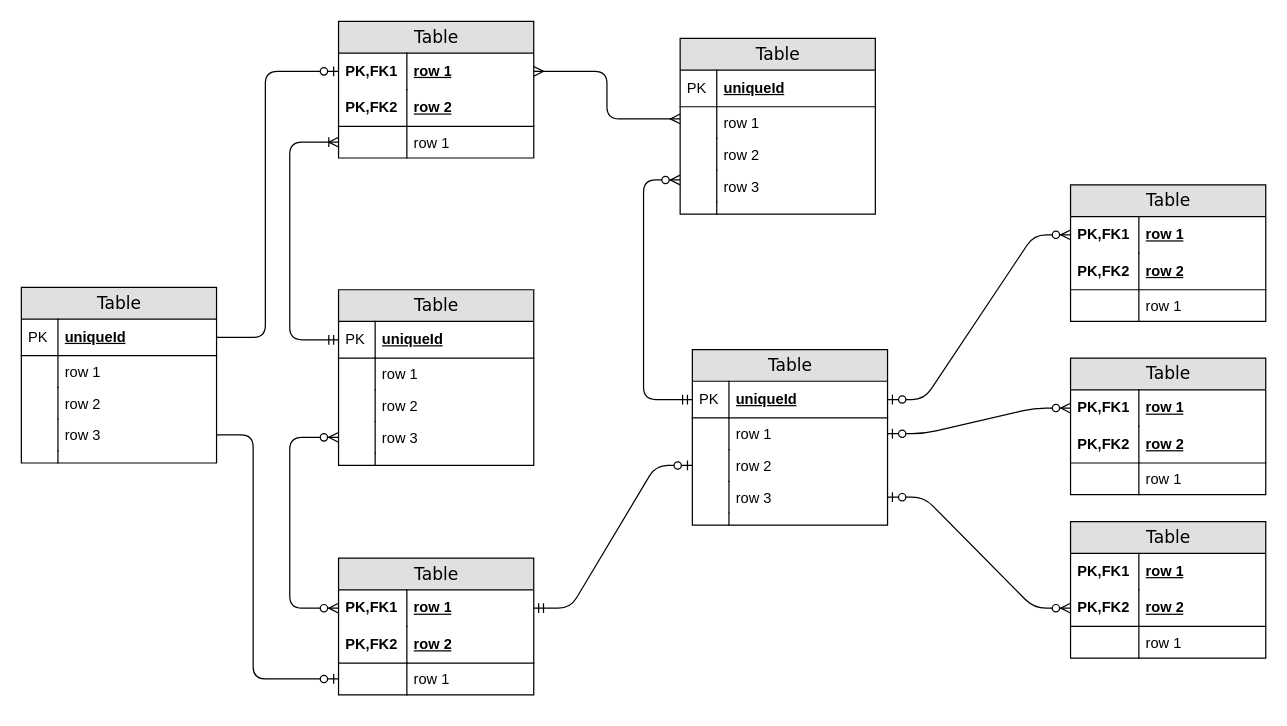
Before: page "Page-1" (1 of 2) of Clarusway-Assignments/Untitled Diagram.drawio in E2081-Hamza/clarusway-assignments, a draw.io diagram. Source tidied: cells renumbered, new cells numbered last; positions are measured from the earlier drawing's top-left corner, leaving out a move shared by most shapes. Both pictures are drawn from the tidied source at 122%, with x=0, y=0 at pixel (21, 21).
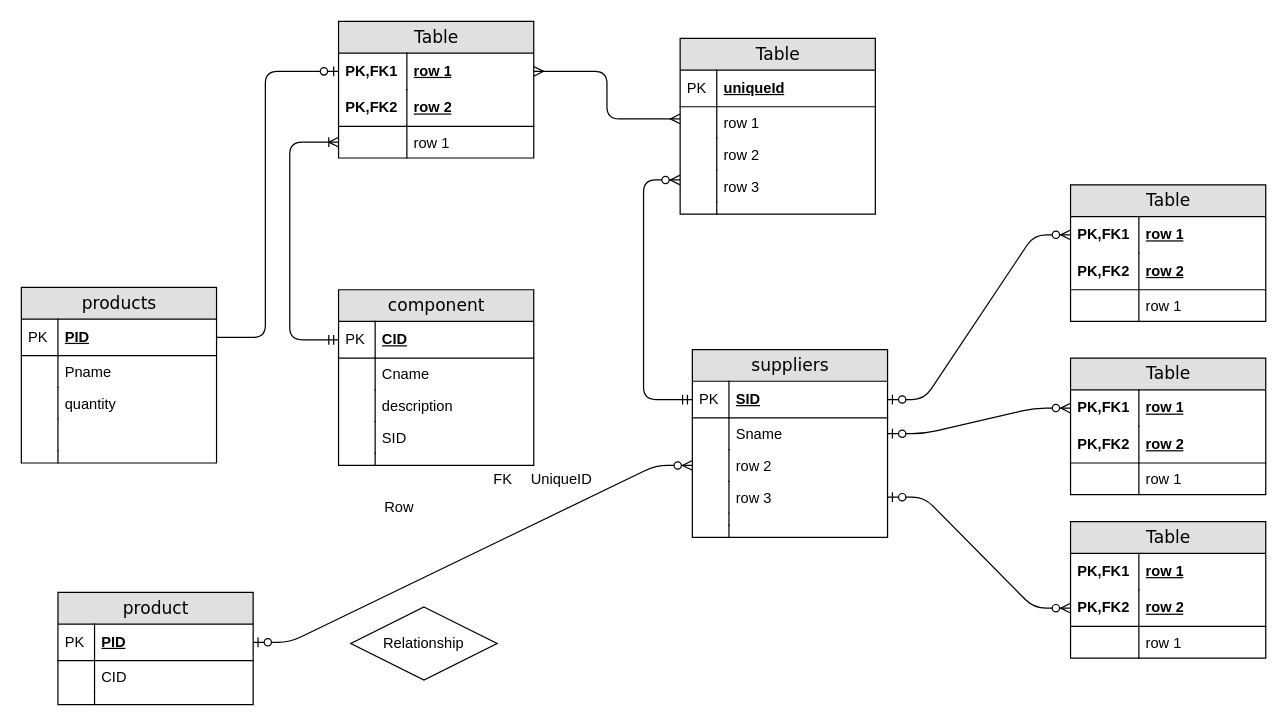
After the change.

Unchanged cells that the change refers to:
```xml
<mxCell id="36" value="row 2" style="shape=partialRectangle;top=0;left=0;right=0;bottom=0;html=1;align=left;verticalAlign=top;fillColor=none;spacingLeft=34;spacingRight=4;whiteSpace=wrap;overflow=hidden;points=[[0,0.5],[1,0.5]];portConstraint=eastwest;" parent="31" vertex="1">
  <mxGeometry y="82" width="160" height="26" as="geometry" />
</mxCell>
```

The edit, as a diff of the source:
```diff
@@
-    <mxCell id="20" value="Table" style="swimlane;html=1;fontStyle=0;horizontal=1;startSize=26;fillColor=#e0e0e0;swimlaneFillColor=#ffffff;align=center;rounded=0;shadow=0;comic=0;labelBackgroundColor=none;strokeWidth=1;fontFamily=Verdana;fontSize=14;" parent="1" vertex="1">
+    <mxCell id="20" value="component" style="swimlane;html=1;fontStyle=0;horizontal=1;startSize=26;fillColor=#e0e0e0;swimlaneFillColor=#ffffff;align=center;rounded=0;shadow=0;comic=0;labelBackgroundColor=none;strokeWidth=1;fontFamily=Verdana;fontSize=14;" parent="1" vertex="1">
       <mxGeometry x="260" y="220" width="160" height="144" as="geometry" />
     </mxCell>
-    <mxCell id="21" value="uniqueId" style="shape=partialRectangle;top=0;left=0;right=0;bottom=1;html=1;align=left;verticalAlign=middle;fillColor=none;spacingLeft=34;spacingRight=4;whiteSpace=wrap;overflow=hidden;points=[[0,0.5],[1,0.5]];portConstraint=eastwest;fontStyle=5;" parent="20" vertex="1">
+    <mxCell id="21" value="CID" style="shape=partialRectangle;top=0;left=0;right=0;bottom=1;html=1;align=left;verticalAlign=middle;fillColor=none;spacingLeft=34;spacingRight=4;whiteSpace=wrap;overflow=hidden;points=[[0,0.5],[1,0.5]];portConstraint=eastwest;fontStyle=5;" parent="20" vertex="1">
       <mxGeometry y="26" width="160" height="30" as="geometry" />
     </mxCell>
@@
-    <mxCell id="23" value="row 1" style="shape=partialRectangle;top=0;left=0;right=0;bottom=0;html=1;align=left;verticalAlign=top;fillColor=none;spacingLeft=34;spacingRight=4;whiteSpace=wrap;overflow=hidden;" parent="20" vertex="1">
+    <mxCell id="23" value="Cname" style="shape=partialRectangle;top=0;left=0;right=0;bottom=0;html=1;align=left;verticalAlign=top;fillColor=none;spacingLeft=34;spacingRight=4;whiteSpace=wrap;overflow=hidden;" parent="20" vertex="1">
       <mxGeometry y="56" width="160" height="26" as="geometry" />
     </mxCell>
@@
-    <mxCell id="25" value="row 2" style="shape=partialRectangle;top=0;left=0;right=0;bottom=0;html=1;align=left;verticalAlign=top;fillColor=none;spacingLeft=34;spacingRight=4;whiteSpace=wrap;overflow=hidden;" parent="20" vertex="1">
+    <mxCell id="25" value="description" style="shape=partialRectangle;top=0;left=0;right=0;bottom=0;html=1;align=left;verticalAlign=top;fillColor=none;spacingLeft=34;spacingRight=4;whiteSpace=wrap;overflow=hidden;" parent="20" vertex="1">
       <mxGeometry y="82" width="160" height="26" as="geometry" />
     </mxCell>
@@
-    <mxCell id="27" value="row 3" style="shape=partialRectangle;top=0;left=0;right=0;bottom=0;html=1;align=left;verticalAlign=top;fillColor=none;spacingLeft=34;spacingRight=4;whiteSpace=wrap;overflow=hidden;points=[[0,0.5],[1,0.5]];portConstraint=eastwest;" parent="20" vertex="1">
+    <mxCell id="27" value="SID" style="shape=partialRectangle;top=0;left=0;right=0;bottom=0;html=1;align=left;verticalAlign=top;fillColor=none;spacingLeft=34;spacingRight=4;whiteSpace=wrap;overflow=hidden;points=[[0,0.5],[1,0.5]];portConstraint=eastwest;" parent="20" vertex="1">
       <mxGeometry y="108" width="160" height="26" as="geometry" />
     </mxCell>
@@
-    <mxCell id="31" value="Table" style="swimlane;html=1;fontStyle=0;horizontal=1;startSize=26;fillColor=#e0e0e0;swimlaneFillColor=#ffffff;align=center;rounded=0;shadow=0;comic=0;labelBackgroundColor=none;strokeWidth=1;fontFamily=Verdana;fontSize=14;" parent="1" vertex="1">
-      <mxGeometry x="550" y="269" width="160" height="144" as="geometry" />
+    <mxCell id="31" value="suppliers" style="swimlane;html=1;fontStyle=0;horizontal=1;startSize=26;fillColor=#e0e0e0;swimlaneFillColor=#ffffff;align=center;rounded=0;shadow=0;comic=0;labelBackgroundColor=none;strokeWidth=1;fontFamily=Verdana;fontSize=14;" parent="1" vertex="1">
+      <mxGeometry x="550" y="269" width="160" height="154" as="geometry" />
     </mxCell>
-    <mxCell id="32" value="uniqueId" style="shape=partialRectangle;top=0;left=0;right=0;bottom=1;html=1;align=left;verticalAlign=middle;fillColor=none;spacingLeft=34;spacingRight=4;whiteSpace=wrap;overflow=hidden;points=[[0,0.5],[1,0.5]];portConstraint=eastwest;fontStyle=5;" parent="31" vertex="1">
+    <mxCell id="32" value="SID" style="shape=partialRectangle;top=0;left=0;right=0;bottom=1;html=1;align=left;verticalAlign=middle;fillColor=none;spacingLeft=34;spacingRight=4;whiteSpace=wrap;overflow=hidden;points=[[0,0.5],[1,0.5]];portConstraint=eastwest;fontStyle=5;" parent="31" vertex="1">
       <mxGeometry y="26" width="160" height="30" as="geometry" />
     </mxCell>
@@
-    <mxCell id="34" value="row 1" style="shape=partialRectangle;top=0;left=0;right=0;bottom=0;html=1;align=left;verticalAlign=top;fillColor=none;spacingLeft=34;spacingRight=4;whiteSpace=wrap;overflow=hidden;points=[[0,0.5],[1,0.5]];portConstraint=eastwest;" parent="31" vertex="1">
+    <mxCell id="34" value="Sname" style="shape=partialRectangle;top=0;left=0;right=0;bottom=0;html=1;align=left;verticalAlign=top;fillColor=none;spacingLeft=34;spacingRight=4;whiteSpace=wrap;overflow=hidden;points=[[0,0.5],[1,0.5]];portConstraint=eastwest;" parent="31" vertex="1">
       <mxGeometry y="56" width="160" height="26" as="geometry" />
     </mxCell>
@@
+    <mxCell id="91" style="shape=partialRectangle;top=0;left=0;right=0;bottom=0;html=1;align=left;verticalAlign=top;fillColor=none;spacingLeft=34;spacingRight=4;whiteSpace=wrap;overflow=hidden;" parent="31" vertex="1">
+      <mxGeometry y="144" width="160" height="10" as="geometry" />
+    </mxCell>
+    <mxCell id="92" style="shape=partialRectangle;top=0;left=0;bottom=0;html=1;fillColor=none;align=left;verticalAlign=top;spacingLeft=4;spacingRight=4;whiteSpace=wrap;overflow=hidden;" parent="91" vertex="1">
+      <mxGeometry width="30" height="10" as="geometry" />
+    </mxCell>
@@
-    <mxCell id="49" value="Table" style="swimlane;html=1;fontStyle=0;horizontal=1;startSize=26;fillColor=#e0e0e0;swimlaneFillColor=#ffffff;align=center;rounded=0;shadow=0;comic=0;labelBackgroundColor=none;strokeWidth=1;fontFamily=Verdana;fontSize=14;" parent="1" vertex="1">
-      <mxGeometry x="260" y="440" width="160" height="112" as="geometry" />
-    </mxCell>
-    <mxCell id="50" value="row 1" style="shape=partialRectangle;top=0;left=0;right=0;bottom=0;html=1;align=left;verticalAlign=middle;fillColor=none;spacingLeft=60;spacingRight=4;whiteSpace=wrap;overflow=hidden;points=[[0,0.5],[1,0.5]];portConstraint=eastwest;fontStyle=5;" parent="49" vertex="1">
-      <mxGeometry y="26" width="160" height="30" as="geometry" />
-    </mxCell>
-    <mxCell id="51" value="PK,FK1" style="shape=partialRectangle;fontStyle=1;top=0;left=0;bottom=0;html=1;fillColor=none;align=left;verticalAlign=middle;spacingLeft=4;spacingRight=4;whiteSpace=wrap;overflow=hidden;" parent="50" vertex="1">
-      <mxGeometry width="56" height="30" as="geometry" />
-    </mxCell>
-    <mxCell id="52" value="row 2" style="shape=partialRectangle;top=0;left=0;right=0;bottom=1;html=1;align=left;verticalAlign=middle;fillColor=none;spacingLeft=60;spacingRight=4;whiteSpace=wrap;overflow=hidden;fontStyle=5;" parent="49" vertex="1">
-      <mxGeometry y="56" width="160" height="30" as="geometry" />
-    </mxCell>
-    <mxCell id="53" value="PK,FK2" style="shape=partialRectangle;fontStyle=1;top=0;left=0;bottom=0;html=1;fillColor=none;align=left;verticalAlign=middle;spacingLeft=4;spacingRight=4;whiteSpace=wrap;overflow=hidden;" parent="52" vertex="1">
-      <mxGeometry width="56" height="30" as="geometry" />
-    </mxCell>
-    <mxCell id="54" value="row 1" style="shape=partialRectangle;top=0;left=0;right=0;bottom=0;html=1;align=left;verticalAlign=top;fillColor=none;spacingLeft=60;spacingRight=4;whiteSpace=wrap;overflow=hidden;points=[[0,0.5],[1,0.5]];portConstraint=eastwest;" parent="49" vertex="1">
-      <mxGeometry y="86" width="160" height="26" as="geometry" />
-    </mxCell>
-    <mxCell id="55" style="shape=partialRectangle;top=0;left=0;bottom=0;html=1;fillColor=none;align=left;verticalAlign=top;spacingLeft=4;spacingRight=4;whiteSpace=wrap;overflow=hidden;" parent="54" vertex="1">
-      <mxGeometry width="56" height="26" as="geometry" />
-    </mxCell>
@@
-    <mxCell id="57" style="edgeStyle=orthogonalEdgeStyle;html=1;endArrow=ERzeroToMany;endFill=1;startArrow=ERzeroToMany;labelBackgroundColor=none;fontFamily=Verdana;fontSize=14;entryX=0;entryY=0.5;exitX=0;exitY=0.5;" parent="1" edge="1" source="50" target="27">
-      <mxGeometry relative="1" as="geometry">
-        <Array as="points">
-          <mxPoint x="220" y="481" />
-          <mxPoint x="220" y="341" />
-        </Array>
-      </mxGeometry>
-    </mxCell>
@@
-    <mxCell id="60" style="edgeStyle=entityRelationEdgeStyle;html=1;endArrow=ERzeroToOne;startArrow=ERmandOne;labelBackgroundColor=none;fontFamily=Verdana;fontSize=14;exitX=1;exitY=0.5;entryX=0;entryY=0.5;" parent="1" edge="1" source="50" target="36">
-      <mxGeometry relative="1" as="geometry" />
-    </mxCell>
@@
-    <mxCell id="78" value="Table" style="swimlane;html=1;fontStyle=0;horizontal=1;startSize=26;fillColor=#e0e0e0;swimlaneFillColor=#ffffff;align=center;rounded=0;shadow=0;comic=0;labelBackgroundColor=none;strokeWidth=1;fontFamily=Verdana;fontSize=14;" parent="1" vertex="1">
+    <mxCell id="78" value="products" style="swimlane;html=1;fontStyle=0;horizontal=1;startSize=26;fillColor=#e0e0e0;swimlaneFillColor=#ffffff;align=center;rounded=0;shadow=0;comic=0;labelBackgroundColor=none;strokeWidth=1;fontFamily=Verdana;fontSize=14;" parent="1" vertex="1">
       <mxGeometry y="218" width="160" height="144" as="geometry" />
     </mxCell>
-    <mxCell id="79" value="uniqueId" style="shape=partialRectangle;top=0;left=0;right=0;bottom=1;html=1;align=left;verticalAlign=middle;fillColor=none;spacingLeft=34;spacingRight=4;whiteSpace=wrap;overflow=hidden;points=[[0,0.5],[1,0.5]];portConstraint=eastwest;fontStyle=5;" parent="78" vertex="1">
+    <mxCell id="79" value="PID" style="shape=partialRectangle;top=0;left=0;right=0;bottom=1;html=1;align=left;verticalAlign=middle;fillColor=none;spacingLeft=34;spacingRight=4;whiteSpace=wrap;overflow=hidden;points=[[0,0.5],[1,0.5]];portConstraint=eastwest;fontStyle=5;" parent="78" vertex="1">
       <mxGeometry y="26" width="160" height="30" as="geometry" />
     </mxCell>
@@
-    <mxCell id="81" value="row 1" style="shape=partialRectangle;top=0;left=0;right=0;bottom=0;html=1;align=left;verticalAlign=top;fillColor=none;spacingLeft=34;spacingRight=4;whiteSpace=wrap;overflow=hidden;" parent="78" vertex="1">
+    <mxCell id="81" value="Pname" style="shape=partialRectangle;top=0;left=0;right=0;bottom=0;html=1;align=left;verticalAlign=top;fillColor=none;spacingLeft=34;spacingRight=4;whiteSpace=wrap;overflow=hidden;" parent="78" vertex="1">
       <mxGeometry y="56" width="160" height="26" as="geometry" />
     </mxCell>
@@
-    <mxCell id="83" value="row 2" style="shape=partialRectangle;top=0;left=0;right=0;bottom=0;html=1;align=left;verticalAlign=top;fillColor=none;spacingLeft=34;spacingRight=4;whiteSpace=wrap;overflow=hidden;" parent="78" vertex="1">
+    <mxCell id="83" value="quantity" style="shape=partialRectangle;top=0;left=0;right=0;bottom=0;html=1;align=left;verticalAlign=top;fillColor=none;spacingLeft=34;spacingRight=4;whiteSpace=wrap;overflow=hidden;" parent="78" vertex="1">
       <mxGeometry y="82" width="160" height="26" as="geometry" />
     </mxCell>
@@
-    <mxCell id="85" value="row 3" style="shape=partialRectangle;top=0;left=0;right=0;bottom=0;html=1;align=left;verticalAlign=top;fillColor=none;spacingLeft=34;spacingRight=4;whiteSpace=wrap;overflow=hidden;points=[[0,0.5],[1,0.5]];portConstraint=eastwest;" parent="78" vertex="1">
+    <mxCell id="85" style="shape=partialRectangle;top=0;left=0;right=0;bottom=0;html=1;align=left;verticalAlign=top;fillColor=none;spacingLeft=34;spacingRight=4;whiteSpace=wrap;overflow=hidden;points=[[0,0.5],[1,0.5]];portConstraint=eastwest;" parent="78" vertex="1">
       <mxGeometry y="108" width="160" height="26" as="geometry" />
     </mxCell>
@@
-    <mxCell id="90" style="edgeStyle=orthogonalEdgeStyle;html=1;endArrow=ERzeroToOne;endFill=1;labelBackgroundColor=none;fontFamily=Verdana;fontSize=14;entryX=0;entryY=0.5;exitX=1;exitY=0.5;" parent="1" edge="1" source="85" target="54">
-      <mxGeometry relative="1" as="geometry">
-        <Array as="points">
-          <mxPoint x="190" y="339" />
-          <mxPoint x="190" y="539" />
-        </Array>
-      </mxGeometry>
-    </mxCell>
+    <mxCell id="93" style="edgeStyle=entityRelationEdgeStyle;fontSize=12;html=1;endArrow=ERzeroToMany;startArrow=ERzeroToOne;exitX=1;exitY=0.5;exitDx=0;exitDy=0;entryX=0;entryY=0.5;entryDx=0;entryDy=0;" parent="1" edge="1" source="104" target="36">
+      <mxGeometry relative="1" as="geometry" />
+    </mxCell>
+    <mxCell id="94" style="shape=table;startSize=0;childLayout=tableLayout;rowLines=0;fontStyle=0;align=center;strokeColor=none;fillColor=none;" parent="1" vertex="1">
+      <mxGeometry x="260" y="383" width="180" height="30" as="geometry" />
+    </mxCell>
+    <mxCell id="95" style="shape=partialRectangle;fillColor=none;top=0;left=0;bottom=0;right=0;" parent="94" vertex="1">
+      <mxGeometry width="180" height="30" as="geometry" />
+    </mxCell>
+    <mxCell id="96" style="shape=partialRectangle;fillColor=none;top=0;left=0;bottom=0;right=0;overflow=hidden;" parent="95" vertex="1">
+      <mxGeometry width="30" height="30" as="geometry" />
+    </mxCell>
+    <mxCell id="97" value="Row" style="shape=partialRectangle;fillColor=none;top=0;left=0;bottom=0;right=0;align=left;spacingLeft=6;overflow=hidden;" parent="95" vertex="1">
+      <mxGeometry x="30" width="150" height="30" as="geometry" />
+    </mxCell>
+    <mxCell id="98" style="shape=table;startSize=0;childLayout=tableLayout;rowLines=0;fontStyle=0;align=center;strokeColor=none;fillColor=none;" parent="1" vertex="1">
+      <mxGeometry x="380" y="360" width="180" height="30" as="geometry" />
+    </mxCell>
+    <mxCell id="99" style="shape=partialRectangle;fillColor=none;top=0;left=0;bottom=0;right=0;" parent="98" vertex="1">
+      <mxGeometry width="180" height="30" as="geometry" />
+    </mxCell>
+    <mxCell id="100" value="FK" style="shape=partialRectangle;fillColor=none;top=0;left=0;bottom=0;right=0;fontStyle=0;overflow=hidden;" parent="99" vertex="1">
+      <mxGeometry width="30" height="30" as="geometry" />
+    </mxCell>
+    <mxCell id="101" value="UniqueID" style="shape=partialRectangle;fillColor=none;top=0;left=0;bottom=0;right=0;align=left;spacingLeft=6;fontStyle=0;overflow=hidden;" parent="99" vertex="1">
+      <mxGeometry x="30" width="150" height="30" as="geometry" />
+    </mxCell>
+    <mxCell id="102" value="Relationship" style="shape=rhombus;perimeter=rhombusPerimeter;whiteSpace=wrap;html=1;align=center;" parent="1" vertex="1">
+      <mxGeometry x="270" y="480" width="120" height="60" as="geometry" />
+    </mxCell>
+    <mxCell id="103" value="product" style="swimlane;html=1;fontStyle=0;horizontal=1;startSize=26;fillColor=#e0e0e0;swimlaneFillColor=#ffffff;align=center;rounded=0;shadow=0;comic=0;labelBackgroundColor=none;strokeWidth=1;fontFamily=Verdana;fontSize=14;" parent="1" vertex="1">
+      <mxGeometry x="30" y="468" width="160" height="92" as="geometry" />
+    </mxCell>
+    <mxCell id="104" value="PID" style="shape=partialRectangle;top=0;left=0;right=0;bottom=1;html=1;align=left;verticalAlign=middle;fillColor=none;spacingLeft=34;spacingRight=4;whiteSpace=wrap;overflow=hidden;points=[[0,0.5],[1,0.5]];portConstraint=eastwest;fontStyle=5;" parent="103" vertex="1">
+      <mxGeometry y="26" width="160" height="30" as="geometry" />
+    </mxCell>
+    <mxCell id="105" value="PK" style="shape=partialRectangle;top=0;left=0;bottom=0;html=1;fillColor=none;align=left;verticalAlign=middle;spacingLeft=4;spacingRight=4;whiteSpace=wrap;overflow=hidden;" parent="104" vertex="1">
+      <mxGeometry width="30" height="30" as="geometry" />
+    </mxCell>
+    <mxCell id="106" value="CID" style="shape=partialRectangle;top=0;left=0;right=0;bottom=0;html=1;align=left;verticalAlign=top;fillColor=none;spacingLeft=34;spacingRight=4;whiteSpace=wrap;overflow=hidden;" parent="103" vertex="1">
+      <mxGeometry y="56" width="160" height="26" as="geometry" />
+    </mxCell>
+    <mxCell id="107" style="shape=partialRectangle;top=0;left=0;bottom=0;html=1;fillColor=none;align=left;verticalAlign=top;spacingLeft=4;spacingRight=4;whiteSpace=wrap;overflow=hidden;" parent="106" vertex="1">
+      <mxGeometry width="30" height="26" as="geometry" />
+    </mxCell>
+    <mxCell id="108" style="shape=partialRectangle;top=0;left=0;right=0;bottom=0;html=1;align=left;verticalAlign=top;fillColor=none;spacingLeft=34;spacingRight=4;whiteSpace=wrap;overflow=hidden;" parent="103" vertex="1">
+      <mxGeometry y="82" width="160" height="10" as="geometry" />
+    </mxCell>
+    <mxCell id="109" style="shape=partialRectangle;top=0;left=0;bottom=0;html=1;fillColor=none;align=left;verticalAlign=top;spacingLeft=4;spacingRight=4;whiteSpace=wrap;overflow=hidden;" parent="108" vertex="1">
+      <mxGeometry width="30" height="10" as="geometry" />
+    </mxCell>
```
